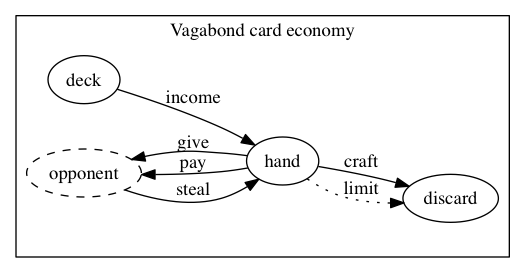
Above: diagrams/vagabond-cards.png in krawaller/root (Graphviz), before the change. Its source is kept beside it as diagrams/vagabond-cards.dot.
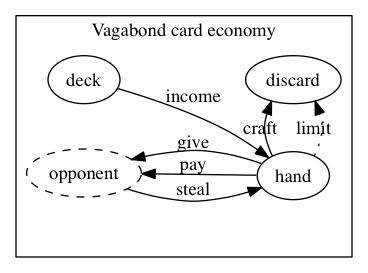
After the change.

Commit message:
improve vagabond card economy

The edit, as a diff of the source:
```diff
@@ -8,9 +8,10 @@
 
 
     deck -> hand [label="income"]
-    hand -> discard [label="limit" style=dotted]
+    hand -> discard [label="   limit" color=transparent fontcolor=transparent]
+    hand -> discard [label="   limit" style=dotted]
 
-    hand -> discard [label="craft"]
+    hand -> discard [label="   craft"]
 
     opponent [style=dashed]
 
@@ -19,5 +20,6 @@
     opponent -> hand [label="steal"]
 
     {rank=same; deck, opponent}
+    {rank=same; hand, discard}
   }
 }
```
